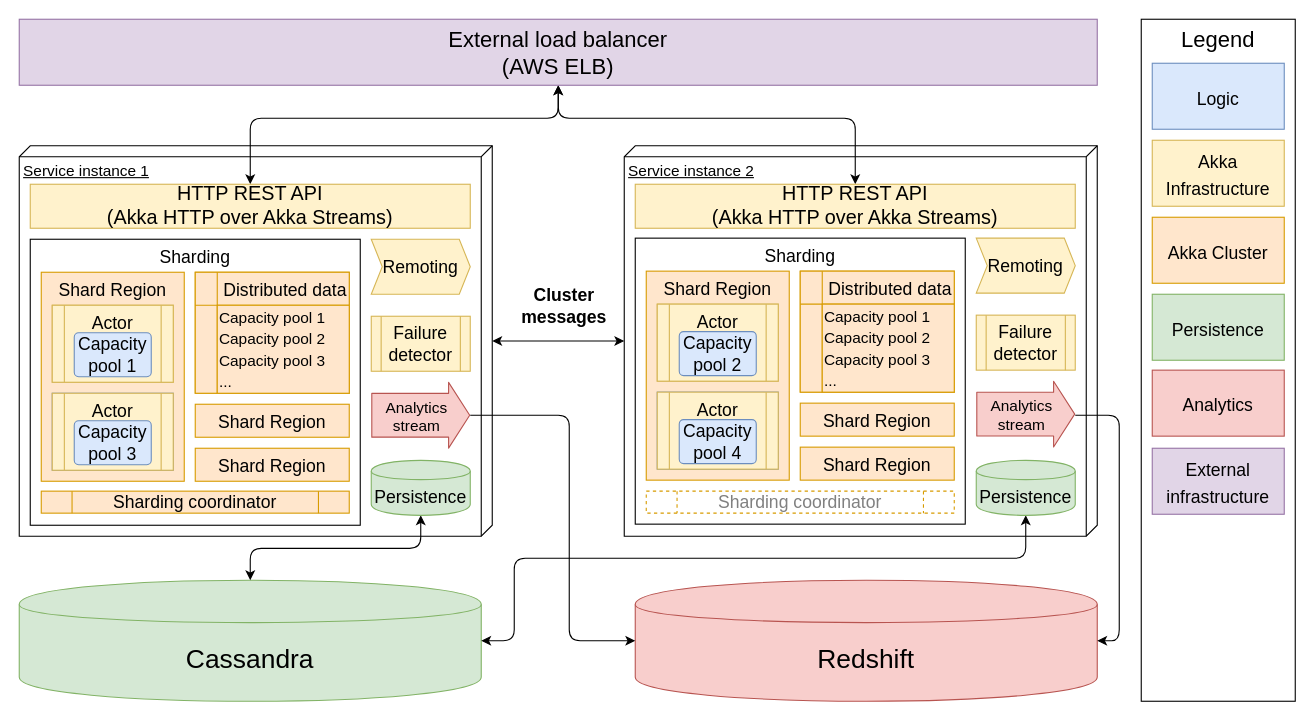
This is _diagrams/DRAFT-eventsourcing-03-implementation/high_level_architecture.drawio from e-kolpakov/e-kolpakov.github.io, a draw.io file, before an edit. Source tidied: cells renumbered, new cells numbered last; positions are measured from the earlier drawing's top-left corner, leaving out a move shared by most shapes. Both pictures are drawn from the tidied source at 110%, with x=0, y=0 at pixel (19, 19).
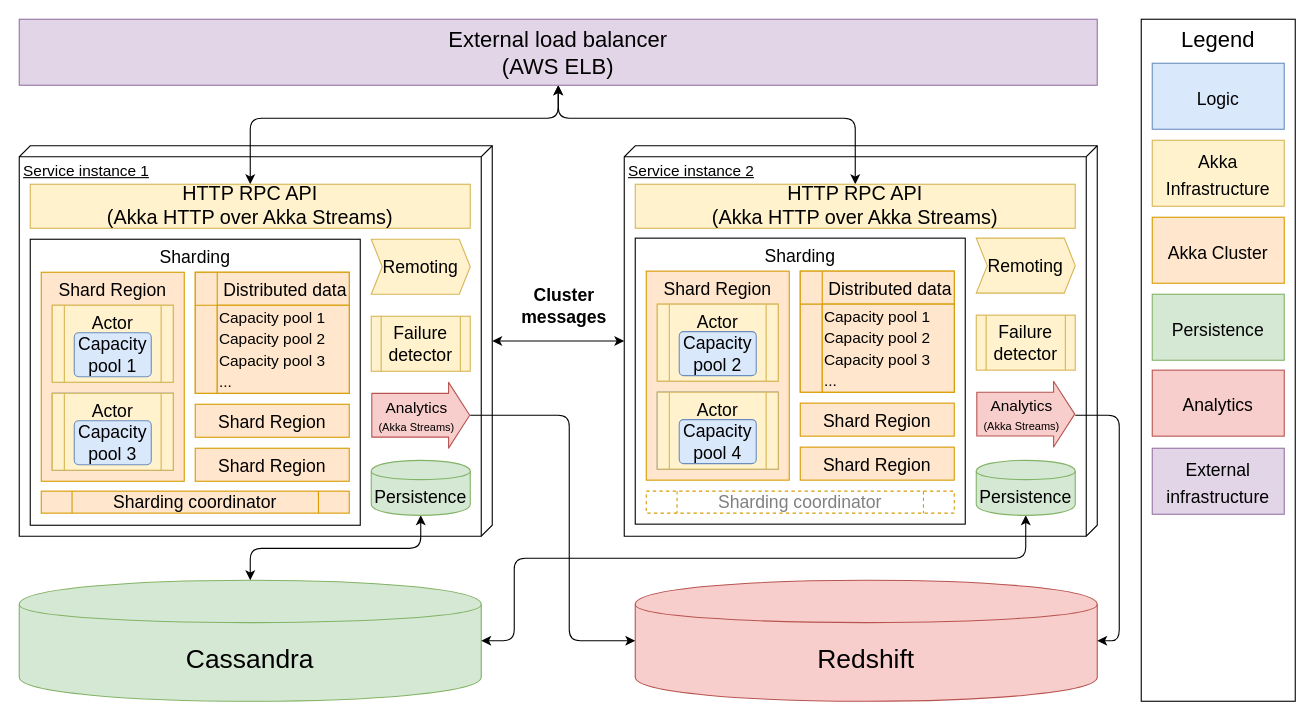
The same page after the edit.

Unchanged cells that the change refers to:
```xml
<mxCell id="19" style="shape=flexArrow;endArrow=classic;html=1;fontSize=18;width=39.86577181208054;endSize=6.063087248322148;endWidth=18.944191703076438;fillColor=#f8cecc;strokeColor=#b85450;" parent="1" edge="1">
  <mxGeometry relative="1" as="geometry">
    <mxPoint x="320" y="360" as="sourcePoint" />
    <mxPoint x="410" y="360" as="targetPoint" />
  </mxGeometry>
</mxCell>
<mxCell id="41" style="shape=flexArrow;endArrow=classic;html=1;fontSize=18;width=39.86577181208054;endSize=6.063087248322148;endWidth=18.944191703076438;fillColor=#f8cecc;strokeColor=#b85450;" parent="1" edge="1">
  <mxGeometry relative="1" as="geometry">
    <mxPoint x="870" y="359" as="sourcePoint" />
    <mxPoint x="960" y="359" as="targetPoint" />
  </mxGeometry>
</mxCell>
```

Change to the diagram source:
```diff
@@
-    <mxCell id="9" value="HTTP REST API&lt;br style=&quot;font-size: 18px&quot;&gt;(Akka HTTP over Akka Streams)" style="rounded=0;whiteSpace=wrap;html=1;fontSize=18;fillColor=#fff2cc;strokeColor=#d6b656;" parent="1" vertex="1">
+    <mxCell id="9" value="HTTP RPC API&lt;br style=&quot;font-size: 18px&quot;&gt;(Akka HTTP over Akka Streams)" style="rounded=0;whiteSpace=wrap;html=1;fontSize=18;fillColor=#fff2cc;strokeColor=#d6b656;" parent="1" vertex="1">
       <mxGeometry x="10" y="150" width="400" height="40" as="geometry" />
     </mxCell>
@@
-    <mxCell id="20" value="Analytics&lt;br style=&quot;font-size: 14px;&quot;&gt;stream" style="edgeLabel;html=1;align=center;verticalAlign=middle;fontSize=14;labelBackgroundColor=none;" parent="19" vertex="1">
+    <mxCell id="20" value="Analytics&lt;br style=&quot;font-size: 14px&quot;&gt;&lt;font style=&quot;font-size: 10px&quot;&gt;(Akka Streams)&lt;/font&gt;" style="edgeLabel;html=1;align=center;verticalAlign=middle;fontSize=14;labelBackgroundColor=none;" parent="19" vertex="1">
       <mxGeometry x="0.44" y="6" relative="1" as="geometry">
         <mxPoint x="-24.6" y="6" as="offset" />
       </mxGeometry>
     </mxCell>
@@
-    <mxCell id="31" value="HTTP REST API&lt;br style=&quot;font-size: 18px&quot;&gt;(Akka HTTP over Akka Streams)" style="rounded=0;whiteSpace=wrap;html=1;fontSize=18;fillColor=#fff2cc;strokeColor=#d6b656;" parent="1" vertex="1">
+    <mxCell id="31" value="HTTP RPC API&lt;br style=&quot;font-size: 18px&quot;&gt;(Akka HTTP over Akka Streams)" style="rounded=0;whiteSpace=wrap;html=1;fontSize=18;fillColor=#fff2cc;strokeColor=#d6b656;" parent="1" vertex="1">
       <mxGeometry x="560" y="150" width="400" height="40" as="geometry" />
     </mxCell>
@@
-    <mxCell id="42" value="Analytics&lt;br style=&quot;font-size: 14px;&quot;&gt;stream" style="edgeLabel;html=1;align=center;verticalAlign=middle;fontSize=14;labelBackgroundColor=none;" parent="41" vertex="1">
+    <mxCell id="42" value="Analytics&lt;br style=&quot;font-size: 14px&quot;&gt;&lt;font style=&quot;font-size: 10px&quot;&gt;(Akka Streams)&lt;/font&gt;" style="edgeLabel;html=1;align=center;verticalAlign=middle;fontSize=14;labelBackgroundColor=none;" parent="41" vertex="1">
       <mxGeometry x="0.44" y="6" relative="1" as="geometry">
         <mxPoint x="-24.6" y="6" as="offset" />
       </mxGeometry>
     </mxCell>
```
